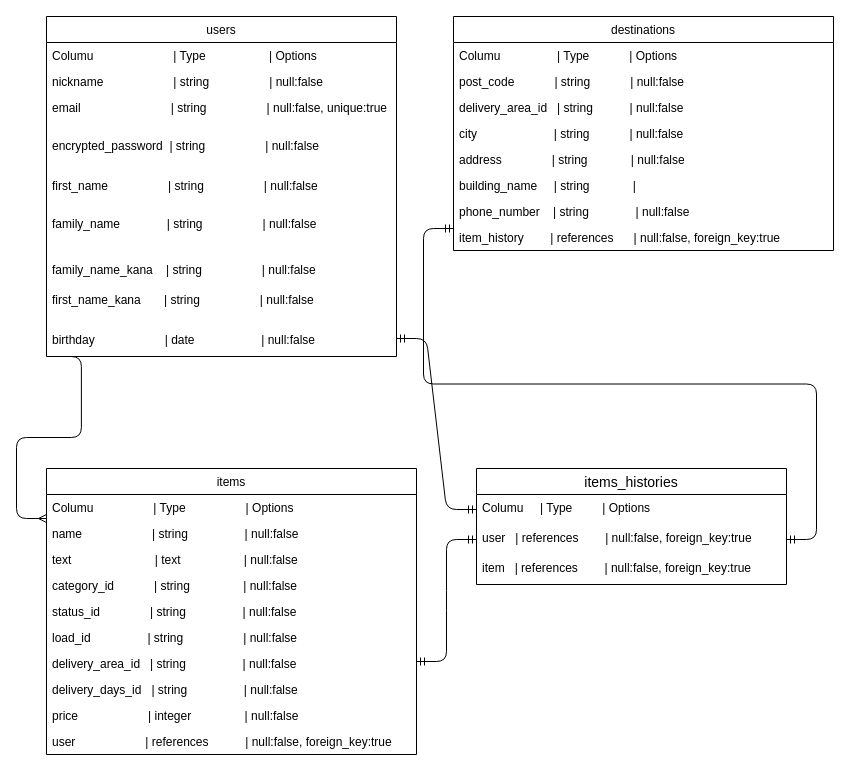
Earlier version of the draw.io diagram page "ページ1" (1 of 2) of test.dio (tarutaros/furima-25387). Source tidied: cells renumbered, new cells numbered last; positions are measured from the earlier drawing's top-left corner, leaving out a move shared by most shapes. Both pictures are drawn from the tidied source at 100%, with x=0, y=0 at pixel (46, 16).
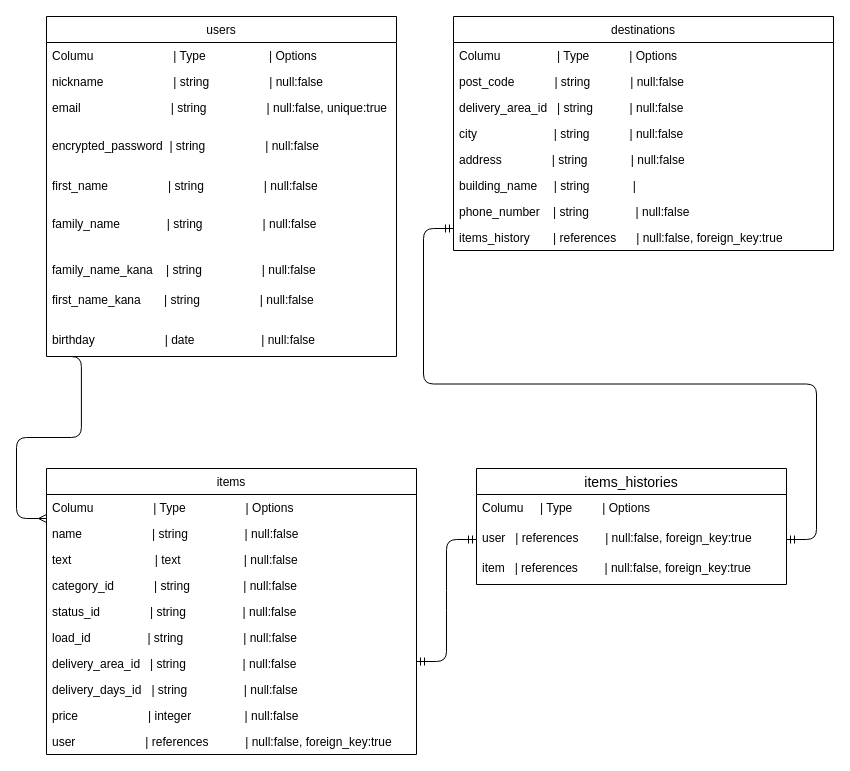
The same page after the edit.

Commit message (it also covers changes not shown here):
テーブル設計訂正２回目

Unchanged cells that the change refers to:
```xml
<mxCell id="12" value="destinations" style="swimlane;fontStyle=0;horizontal=1;startSize=26;" parent="1" vertex="1">
  <mxGeometry x="407" width="380" height="234" as="geometry" />
</mxCell>
<mxCell id="34" value="Columu     | Type         | Options" style="text;strokeColor=none;fillColor=none;spacingLeft=4;spacingRight=4;overflow=hidden;points=[[0,0.5],[1,0.5]];portConstraint=eastwest;fontSize=12;" parent="33" vertex="1">
  <mxGeometry y="26" width="310" height="30" as="geometry" />
</mxCell>
```

The edit, as a diff of the source:
```diff
@@
-    <mxCell id="20" value="item_history        | references      | null:false, foreign_key:true" style="text;strokeColor=none;fillColor=none;align=left;verticalAlign=top;spacingLeft=4;spacingRight=4;overflow=hidden;" parent="12" vertex="1">
+    <mxCell id="20" value="items_history       | references      | null:false, foreign_key:true" style="text;strokeColor=none;fillColor=none;align=left;verticalAlign=top;spacingLeft=4;spacingRight=4;overflow=hidden;" parent="12" vertex="1">
       <mxGeometry y="208" width="380" height="26" as="geometry" />
     </mxCell>
@@
-    <mxCell id="38" style="edgeStyle=entityRelationEdgeStyle;fontSize=12;html=1;endArrow=ERmandOne;startArrow=ERmandOne;entryX=0;entryY=0.5;entryDx=0;entryDy=0;" parent="1" edge="1" target="34">
-      <mxGeometry relative="1" as="geometry">
-        <mxPoint x="350" y="322" as="sourcePoint" />
-      </mxGeometry>
-    </mxCell>
```
